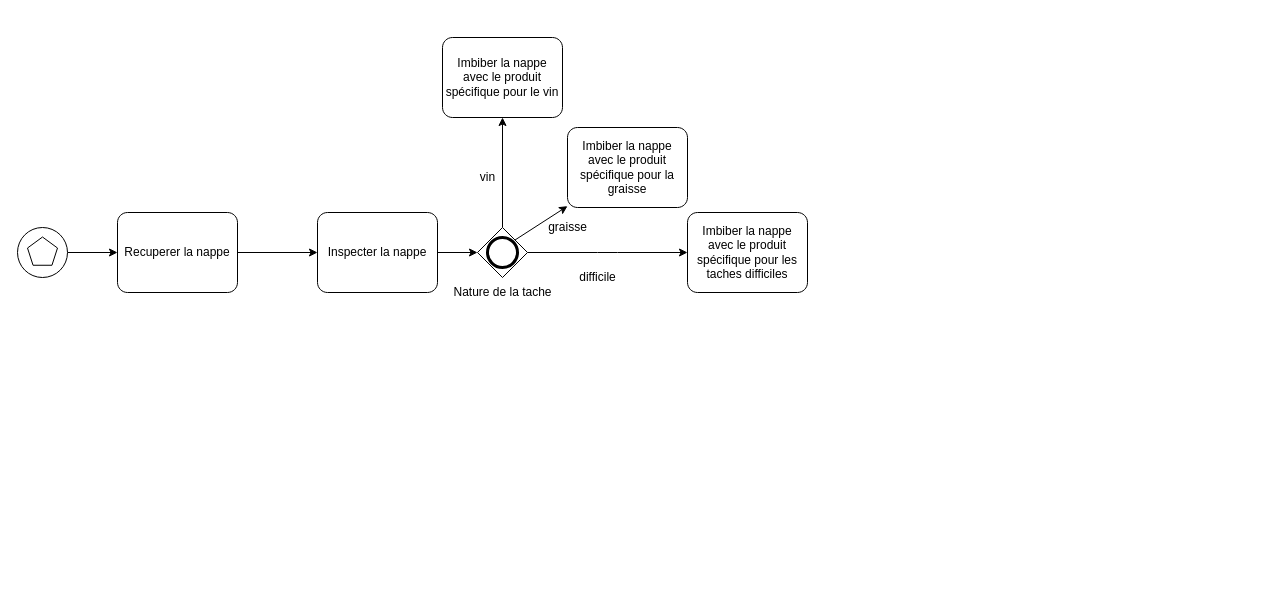
This is BPMN/ex4b/ex4b.drawio from EtienneDumai/R4.D.10, a draw.io file, before an edit. Source tidied: cells renumbered, new cells numbered last; positions are measured from the earlier drawing's top-left corner, leaving out a move shared by most shapes. Both pictures are drawn from the tidied source at 100%, with x=0, y=0 at pixel (17, 37).
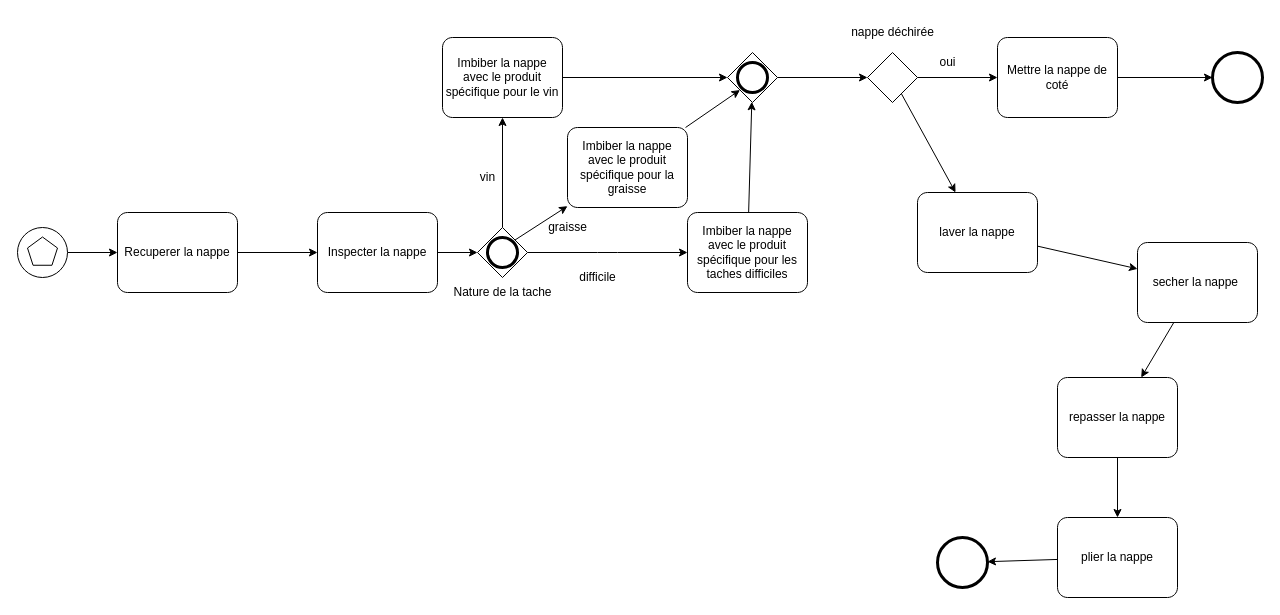
The same page after the edit.

Commit message (it also covers changes not shown here):
fin de la correction de l'exo4b + ajout de la correction

Unchanged cells that the change refers to:
```xml
<mxCell id="12" value="Imbiber la nappe avec le produit spécifique pour le vin" style="points=[[0.25,0,0],[0.5,0,0],[0.75,0,0],[1,0.25,0],[1,0.5,0],[1,0.75,0],[0.75,1,0],[0.5,1,0],[0.25,1,0],[0,0.75,0],[0,0.5,0],[0,0.25,0]];shape=mxgraph.bpmn.task;whiteSpace=wrap;rectStyle=rounded;size=10;html=1;taskMarker=abstract;" parent="1" vertex="1">
  <mxGeometry x="425" width="120" height="80" as="geometry" />
</mxCell>
<mxCell id="14" value="Imbiber la nappe avec le produit spécifique pour la graisse" style="points=[[0.25,0,0],[0.5,0,0],[0.75,0,0],[1,0.25,0],[1,0.5,0],[1,0.75,0],[0.75,1,0],[0.5,1,0],[0.25,1,0],[0,0.75,0],[0,0.5,0],[0,0.25,0]];shape=mxgraph.bpmn.task;whiteSpace=wrap;rectStyle=rounded;size=10;html=1;taskMarker=abstract;" parent="1" vertex="1">
  <mxGeometry x="550" y="90" width="120" height="80" as="geometry" />
</mxCell>
<mxCell id="16" value="Imbiber la nappe avec le produit spécifique pour les taches difficiles" style="points=[[0.25,0,0],[0.5,0,0],[0.75,0,0],[1,0.25,0],[1,0.5,0],[1,0.75,0],[0.75,1,0],[0.5,1,0],[0.25,1,0],[0,0.75,0],[0,0.5,0],[0,0.25,0]];shape=mxgraph.bpmn.task;whiteSpace=wrap;rectStyle=rounded;size=10;html=1;taskMarker=abstract;" parent="1" vertex="1">
  <mxGeometry x="670" y="175" width="120" height="80" as="geometry" />
</mxCell>
```

The edit, as a diff of the source:
```diff
@@
+    <mxCell id="19" style="edgeStyle=none;html=1;entryX=0;entryY=0.5;entryDx=0;entryDy=0;entryPerimeter=0;" parent="1" edge="1" source="12" target="23">
+      <mxGeometry relative="1" as="geometry" />
+    </mxCell>
@@
+    <mxCell id="20" style="edgeStyle=none;html=1;entryX=0.25;entryY=0.75;entryDx=0;entryDy=0;entryPerimeter=0;" parent="1" edge="1" source="14" target="23">
+      <mxGeometry relative="1" as="geometry" />
+    </mxCell>
@@
+    <mxCell id="21" style="edgeStyle=none;html=1;" parent="1" edge="1" source="16" target="23">
+      <mxGeometry relative="1" as="geometry" />
+    </mxCell>
@@
+    <mxCell id="22" style="edgeStyle=none;html=1;" parent="1" edge="1" source="23" target="26">
+      <mxGeometry relative="1" as="geometry" />
+    </mxCell>
+    <mxCell id="23" style="points=[[0.25,0.25,0],[0.5,0,0],[0.75,0.25,0],[1,0.5,0],[0.75,0.75,0],[0.5,1,0],[0.25,0.75,0],[0,0.5,0]];shape=mxgraph.bpmn.gateway2;html=1;verticalLabelPosition=bottom;labelBackgroundColor=#ffffff;verticalAlign=top;align=center;perimeter=rhombusPerimeter;outlineConnect=0;outline=end;symbol=general;" parent="1" vertex="1">
+      <mxGeometry x="710" y="15" width="50" height="50" as="geometry" />
+    </mxCell>
+    <mxCell id="24" style="edgeStyle=none;html=1;" parent="1" edge="1" source="26" target="29">
+      <mxGeometry relative="1" as="geometry" />
+    </mxCell>
+    <mxCell id="25" style="edgeStyle=none;html=1;" parent="1" edge="1" source="26" target="32">
+      <mxGeometry relative="1" as="geometry" />
+    </mxCell>
+    <mxCell id="26" style="points=[[0.25,0.25,0],[0.5,0,0],[0.75,0.25,0],[1,0.5,0],[0.75,0.75,0],[0.5,1,0],[0.25,0.75,0],[0,0.5,0]];shape=mxgraph.bpmn.gateway2;html=1;verticalLabelPosition=bottom;labelBackgroundColor=#ffffff;verticalAlign=top;align=center;perimeter=rhombusPerimeter;outlineConnect=0;outline=none;symbol=none;" parent="1" vertex="1">
+      <mxGeometry x="850" y="15" width="50" height="50" as="geometry" />
+    </mxCell>
+    <mxCell id="27" value="nappe déchirée" style="text;html=1;align=center;verticalAlign=middle;strokeColor=none;fillColor=none;" parent="1" vertex="1">
+      <mxGeometry x="820" y="-20" width="110" height="30" as="geometry" />
+    </mxCell>
+    <mxCell id="28" style="edgeStyle=none;html=1;" parent="1" edge="1" source="29" target="33">
+      <mxGeometry relative="1" as="geometry" />
+    </mxCell>
+    <mxCell id="29" value="Mettre la nappe de coté" style="points=[[0.25,0,0],[0.5,0,0],[0.75,0,0],[1,0.25,0],[1,0.5,0],[1,0.75,0],[0.75,1,0],[0.5,1,0],[0.25,1,0],[0,0.75,0],[0,0.5,0],[0,0.25,0]];shape=mxgraph.bpmn.task;whiteSpace=wrap;rectStyle=rounded;size=10;html=1;taskMarker=abstract;" parent="1" vertex="1">
+      <mxGeometry x="980" width="120" height="80" as="geometry" />
+    </mxCell>
+    <mxCell id="30" value="oui" style="text;html=1;align=center;verticalAlign=middle;strokeColor=none;fillColor=none;" parent="1" vertex="1">
+      <mxGeometry x="910" y="10" width="40" height="30" as="geometry" />
+    </mxCell>
+    <mxCell id="31" style="edgeStyle=none;html=1;" parent="1" edge="1" source="32" target="35">
+      <mxGeometry relative="1" as="geometry" />
+    </mxCell>
+    <mxCell id="32" value="laver la nappe" style="points=[[0.25,0,0],[0.5,0,0],[0.75,0,0],[1,0.25,0],[1,0.5,0],[1,0.75,0],[0.75,1,0],[0.5,1,0],[0.25,1,0],[0,0.75,0],[0,0.5,0],[0,0.25,0]];shape=mxgraph.bpmn.task;whiteSpace=wrap;rectStyle=rounded;size=10;html=1;taskMarker=abstract;" parent="1" vertex="1">
+      <mxGeometry x="900" y="155" width="120" height="80" as="geometry" />
+    </mxCell>
+    <mxCell id="33" style="points=[[0.145,0.145,0],[0.5,0,0],[0.855,0.145,0],[1,0.5,0],[0.855,0.855,0],[0.5,1,0],[0.145,0.855,0],[0,0.5,0]];shape=mxgraph.bpmn.event;html=1;verticalLabelPosition=bottom;labelBackgroundColor=#ffffff;verticalAlign=top;align=center;perimeter=ellipsePerimeter;outlineConnect=0;outline=end;symbol=terminate2;" parent="1" vertex="1">
+      <mxGeometry x="1195" y="15" width="50" height="50" as="geometry" />
+    </mxCell>
+    <mxCell id="34" style="edgeStyle=none;html=1;" parent="1" edge="1" source="35" target="37">
+      <mxGeometry relative="1" as="geometry" />
+    </mxCell>
+    <mxCell id="35" value="secher la nappe&amp;nbsp;" style="points=[[0.25,0,0],[0.5,0,0],[0.75,0,0],[1,0.25,0],[1,0.5,0],[1,0.75,0],[0.75,1,0],[0.5,1,0],[0.25,1,0],[0,0.75,0],[0,0.5,0],[0,0.25,0]];shape=mxgraph.bpmn.task;whiteSpace=wrap;rectStyle=rounded;size=10;html=1;taskMarker=abstract;" parent="1" vertex="1">
+      <mxGeometry x="1120" y="205" width="120" height="80" as="geometry" />
+    </mxCell>
+    <mxCell id="36" style="edgeStyle=none;html=1;" parent="1" edge="1" source="37" target="39">
+      <mxGeometry relative="1" as="geometry" />
+    </mxCell>
+    <mxCell id="37" value="repasser la nappe" style="points=[[0.25,0,0],[0.5,0,0],[0.75,0,0],[1,0.25,0],[1,0.5,0],[1,0.75,0],[0.75,1,0],[0.5,1,0],[0.25,1,0],[0,0.75,0],[0,0.5,0],[0,0.25,0]];shape=mxgraph.bpmn.task;whiteSpace=wrap;rectStyle=rounded;size=10;html=1;taskMarker=abstract;" parent="1" vertex="1">
+      <mxGeometry x="1040" y="340" width="120" height="80" as="geometry" />
+    </mxCell>
+    <mxCell id="38" style="edgeStyle=none;html=1;" parent="1" edge="1" source="39" target="40">
+      <mxGeometry relative="1" as="geometry" />
+    </mxCell>
+    <mxCell id="39" value="plier la nappe" style="points=[[0.25,0,0],[0.5,0,0],[0.75,0,0],[1,0.25,0],[1,0.5,0],[1,0.75,0],[0.75,1,0],[0.5,1,0],[0.25,1,0],[0,0.75,0],[0,0.5,0],[0,0.25,0]];shape=mxgraph.bpmn.task;whiteSpace=wrap;rectStyle=rounded;size=10;html=1;taskMarker=abstract;" parent="1" vertex="1">
+      <mxGeometry x="1040" y="480" width="120" height="80" as="geometry" />
+    </mxCell>
+    <mxCell id="40" style="points=[[0.145,0.145,0],[0.5,0,0],[0.855,0.145,0],[1,0.5,0],[0.855,0.855,0],[0.5,1,0],[0.145,0.855,0],[0,0.5,0]];shape=mxgraph.bpmn.event;html=1;verticalLabelPosition=bottom;labelBackgroundColor=#ffffff;verticalAlign=top;align=center;perimeter=ellipsePerimeter;outlineConnect=0;outline=end;symbol=terminate2;" parent="1" vertex="1">
+      <mxGeometry x="920" y="500" width="50" height="50" as="geometry" />
+    </mxCell>
```
